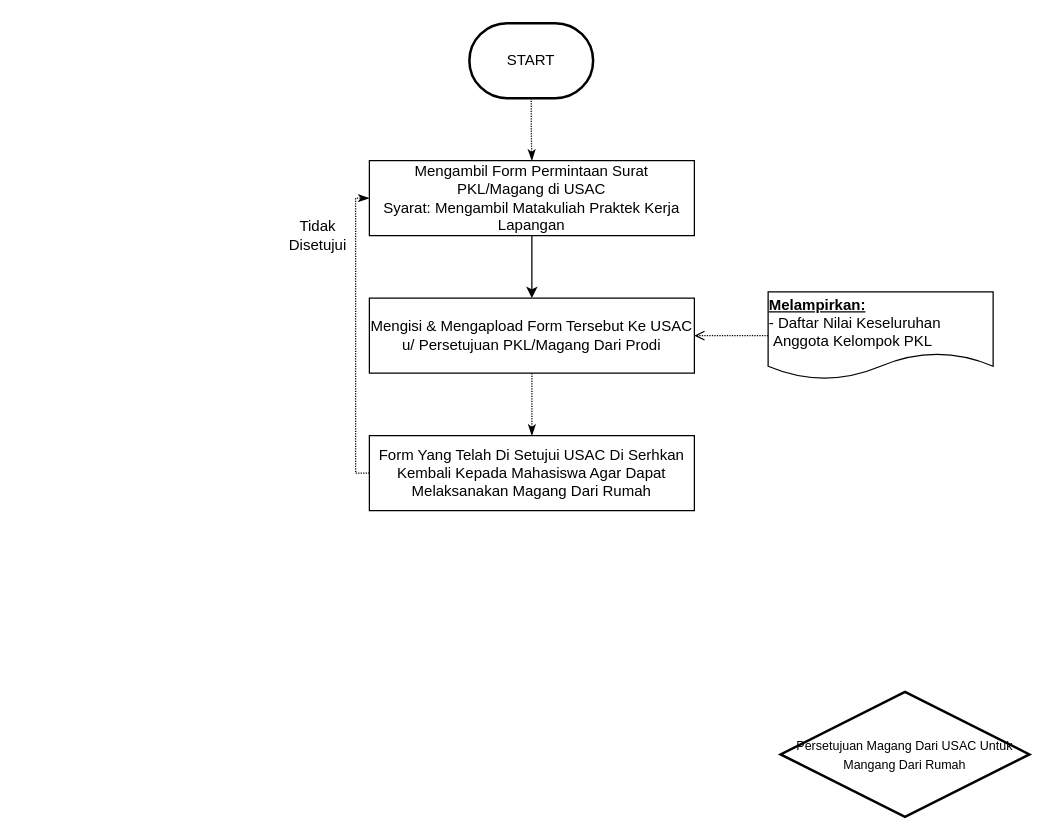
The draw.io diagram Untitled Diagram.drawio in EffenrilAgung/tugas-kuliah, before the edit. Source tidied: cells renumbered, new cells numbered last; positions are measured from the earlier drawing's top-left corner, leaving out a move shared by most shapes. Both pictures are drawn from the tidied source at 125%, with x=0, y=0 at pixel (292, 22).
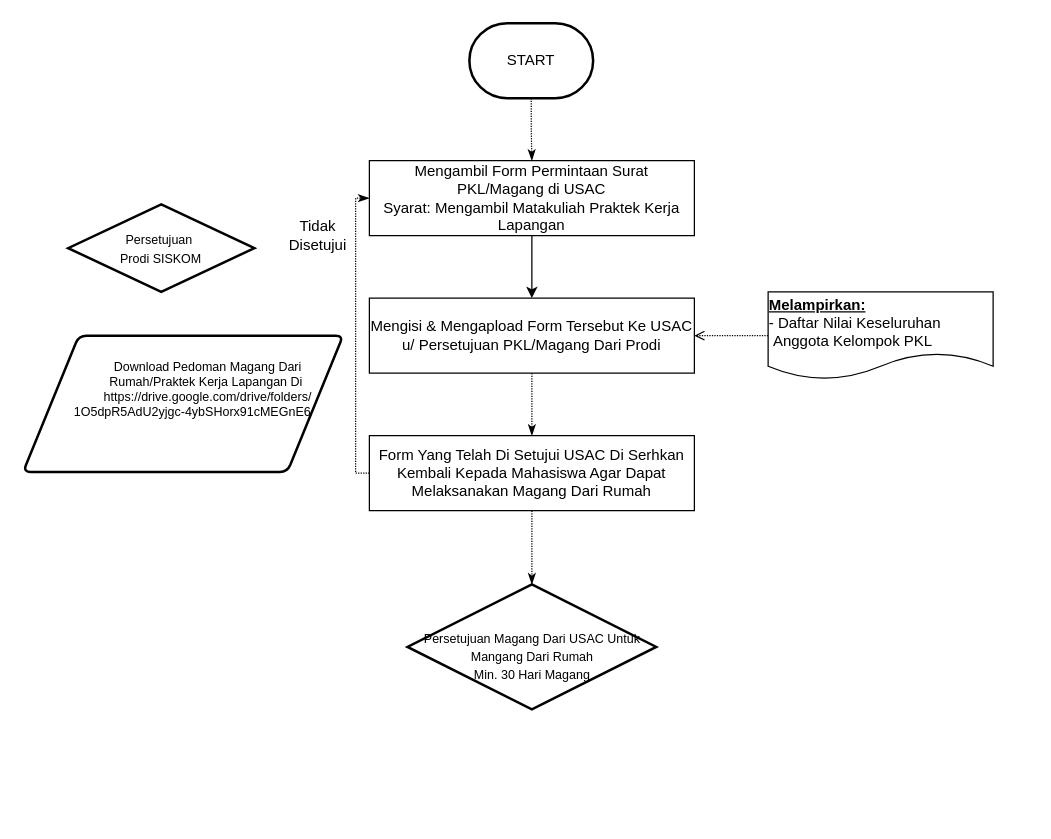
The same diagram, later.

Diff of the diagram source:
```diff
@@
 <mxGraphModel>
   <root>
     <mxCell id="0" />
     <mxCell id="1" parent="0" />
+    <mxCell id="14" value="&lt;blockquote style=&quot;margin: 0px 0px 0px 40px ; border: none ; padding: 0px ; font-size: 10px&quot;&gt;&lt;div&gt;&lt;font style=&quot;font-size: 10px&quot;&gt;Download Pedoman Magang Dari Rumah/Praktek Kerja Lapangan Di&amp;nbsp;&lt;/font&gt;&lt;/div&gt;&lt;div&gt;&lt;span&gt;&lt;font style=&quot;font-size: 10px&quot;&gt;https://drive.google.com/drive/folders/&lt;/font&gt;&lt;/span&gt;&lt;/div&gt;&lt;div style=&quot;text-align: left&quot;&gt;&lt;span&gt;&lt;font style=&quot;font-size: 10px&quot;&gt;1O5dpR5AdU2yjgc-4ybSHorx91cMEGnE6&lt;/font&gt;&lt;/span&gt;&lt;/div&gt;&lt;blockquote style=&quot;margin: 0px 0px 0px 40px ; border: none ; padding: 0px&quot;&gt;&lt;blockquote style=&quot;text-align: left ; margin: 0px 0px 0px 40px ; border: none ; padding: 0px&quot;&gt;&lt;font style=&quot;font-size: 10px&quot;&gt;&lt;br&gt;&lt;/font&gt;&lt;/blockquote&gt;&lt;/blockquote&gt;&lt;/blockquote&gt;&lt;blockquote style=&quot;margin: 0px 0px 0px 40px ; border: none ; padding: 0px ; font-size: 10px&quot;&gt;&lt;blockquote style=&quot;margin: 0 0 0 40px ; border: none ; padding: 0px&quot;&gt;&lt;/blockquote&gt;&lt;/blockquote&gt;&lt;blockquote style=&quot;margin: 0px 0px 0px 40px ; border: none ; padding: 0px ; font-size: 10px&quot;&gt;&lt;blockquote style=&quot;margin: 0px 0px 0px 40px ; border: none ; padding: 0px&quot;&gt;&lt;div style=&quot;text-align: justify&quot;&gt;&lt;span&gt;&lt;br&gt;&lt;/span&gt;&lt;/div&gt;&lt;/blockquote&gt;&lt;/blockquote&gt;&lt;div style=&quot;text-align: justify&quot;&gt;&lt;/div&gt;" style="shape=parallelogram;html=1;strokeWidth=2;perimeter=parallelogramPerimeter;whiteSpace=wrap;rounded=1;arcSize=12;size=0.17422867513611615;verticalAlign=middle;horizontal=1;" parent="1" vertex="1">
+      <mxGeometry x="-216" y="250" width="256" height="109" as="geometry" />
+    </mxCell>
     <mxCell id="2" value="Mengambil Form Permintaan Surat PKL/Magang di USAC &lt;br&gt;Syarat: Mengambil Matakuliah Praktek Kerja Lapangan" style="rounded=0;whiteSpace=wrap;html=1;" parent="1" vertex="1">
       <mxGeometry x="61" y="110" width="260" height="60" as="geometry" />
     </mxCell>
     <mxCell id="3" style="edgeStyle=elbowEdgeStyle;rounded=0;jettySize=auto;elbow=vertical;html=1;dashed=1;dashPattern=1 1;endArrow=classicThin;endFill=1;strokeColor=#000000;" parent="1" edge="1" source="4" target="12">
       <mxGeometry relative="1" as="geometry" />
     </mxCell>
     <mxCell id="4" value="Mengisi &amp;amp; Mengapload Form Tersebut Ke USAC u/ Persetujuan PKL/Magang Dari Prodi" style="rounded=0;whiteSpace=wrap;html=1;" parent="1" vertex="1">
       <mxGeometry x="61" y="220" width="260" height="60" as="geometry" />
     </mxCell>
     <mxCell id="5" style="endArrow=classic;html=1;entryX=0.5;entryY=0;entryDx=0;entryDy=0;exitX=0.5;exitY=1;exitDx=0;exitDy=0;" parent="1" edge="1" source="2" target="4">
       <mxGeometry relative="1" as="geometry" />
     </mxCell>
     <mxCell id="6" style="edgeStyle=elbowEdgeStyle;rounded=0;jettySize=auto;elbow=vertical;html=1;dashed=1;dashPattern=1 1;endArrow=open;endFill=0;strokeColor=#000000;" parent="1" edge="1" source="7" target="4">
       <mxGeometry relative="1" as="geometry" />
     </mxCell>
     <mxCell id="7" value="&lt;div style=&quot;text-align: left&quot;&gt;&lt;span&gt;&lt;b&gt;&lt;u&gt;Melampirkan:&lt;/u&gt;&lt;/b&gt;&lt;/span&gt;&lt;/div&gt;&lt;div style=&quot;text-align: left&quot;&gt;&lt;span&gt;- Daftar Nilai Keseluruhan&amp;nbsp; &amp;nbsp; &amp;nbsp; &amp;nbsp;Anggota Kelompok PKL&lt;/span&gt;&lt;br&gt;&lt;/div&gt;" style="shape=document;whiteSpace=wrap;html=1;boundedLbl=1;" parent="1" vertex="1">
       <mxGeometry x="380" y="215" width="180" height="70" as="geometry" />
     </mxCell>
     <mxCell id="8" style="edgeStyle=elbowEdgeStyle;rounded=0;jettySize=auto;elbow=vertical;html=1;dashed=1;dashPattern=1 1;endArrow=classicThin;endFill=1;strokeColor=#000000;" parent="1" edge="1" source="9" target="2">
       <mxGeometry relative="1" as="geometry" />
     </mxCell>
     <mxCell id="9" value="START" style="strokeWidth=2;html=1;shape=mxgraph.flowchart.terminator;whiteSpace=wrap;" parent="1" vertex="1">
       <mxGeometry x="141" width="99" height="60" as="geometry" />
     </mxCell>
-    <mxCell id="10" value="&lt;font style=&quot;font-size: 10px&quot;&gt;Persetujuan Magang Dari USAC Untuk Mangang Dari Rumah&lt;/font&gt;" style="strokeWidth=2;html=1;shape=mxgraph.flowchart.decision;whiteSpace=wrap;" parent="1" vertex="1">
-      <mxGeometry x="390" y="535" width="199" height="100" as="geometry" />
+    <mxCell id="10" value="&lt;font style=&quot;font-size: 10px&quot;&gt;&lt;br&gt;Persetujuan Magang Dari USAC Untuk Mangang Dari Rumah&lt;br&gt;Min. 30 Hari Magang&lt;br&gt;&lt;/font&gt;" style="strokeWidth=2;html=1;shape=mxgraph.flowchart.decision;whiteSpace=wrap;" parent="1" vertex="1">
+      <mxGeometry x="91.5" y="449" width="199" height="100" as="geometry" />
     </mxCell>
     <mxCell id="11" style="edgeStyle=elbowEdgeStyle;rounded=0;jettySize=auto;elbow=vertical;html=1;exitX=0;exitY=0.5;exitDx=0;exitDy=0;entryX=0;entryY=0.5;entryDx=0;entryDy=0;dashed=1;dashPattern=1 1;endArrow=classicThin;endFill=1;strokeColor=#000000;" parent="1" edge="1" source="12" target="2">
       <mxGeometry relative="1" as="geometry">
         <Array as="points">
           <mxPoint x="50" y="250" />
         </Array>
       </mxGeometry>
     </mxCell>
+    <mxCell id="15" style="edgeStyle=elbowEdgeStyle;rounded=0;jettySize=auto;elbow=vertical;html=1;dashed=1;dashPattern=1 1;endArrow=classicThin;endFill=1;strokeColor=#000000;" parent="1" edge="1" source="12" target="10">
+      <mxGeometry relative="1" as="geometry" />
+    </mxCell>
     <mxCell id="12" value="Form Yang Telah Di Setujui USAC Di Serhkan Kembali Kepada Mahasiswa Agar Dapat Melaksanakan Magang Dari Rumah" style="rounded=0;whiteSpace=wrap;html=1;" parent="1" vertex="1">
       <mxGeometry x="61" y="330" width="260" height="60" as="geometry" />
     </mxCell>
     <mxCell id="13" value="Tidak Disetujui" style="text;html=1;strokeColor=none;fillColor=none;align=center;verticalAlign=middle;whiteSpace=wrap;rounded=0;" parent="1" vertex="1">
       <mxGeometry y="160" width="40" height="20" as="geometry" />
     </mxCell>
+    <mxCell id="16" value="&lt;font style=&quot;font-size: 10px&quot;&gt;Persetujuan&amp;nbsp;&lt;br&gt;Prodi SISKOM&lt;br&gt;&lt;/font&gt;" style="strokeWidth=2;html=1;shape=mxgraph.flowchart.decision;whiteSpace=wrap;" parent="1" vertex="1">
+      <mxGeometry x="-180" y="145" width="149" height="70" as="geometry" />
+    </mxCell>
   </root>
 </mxGraphModel>
```
